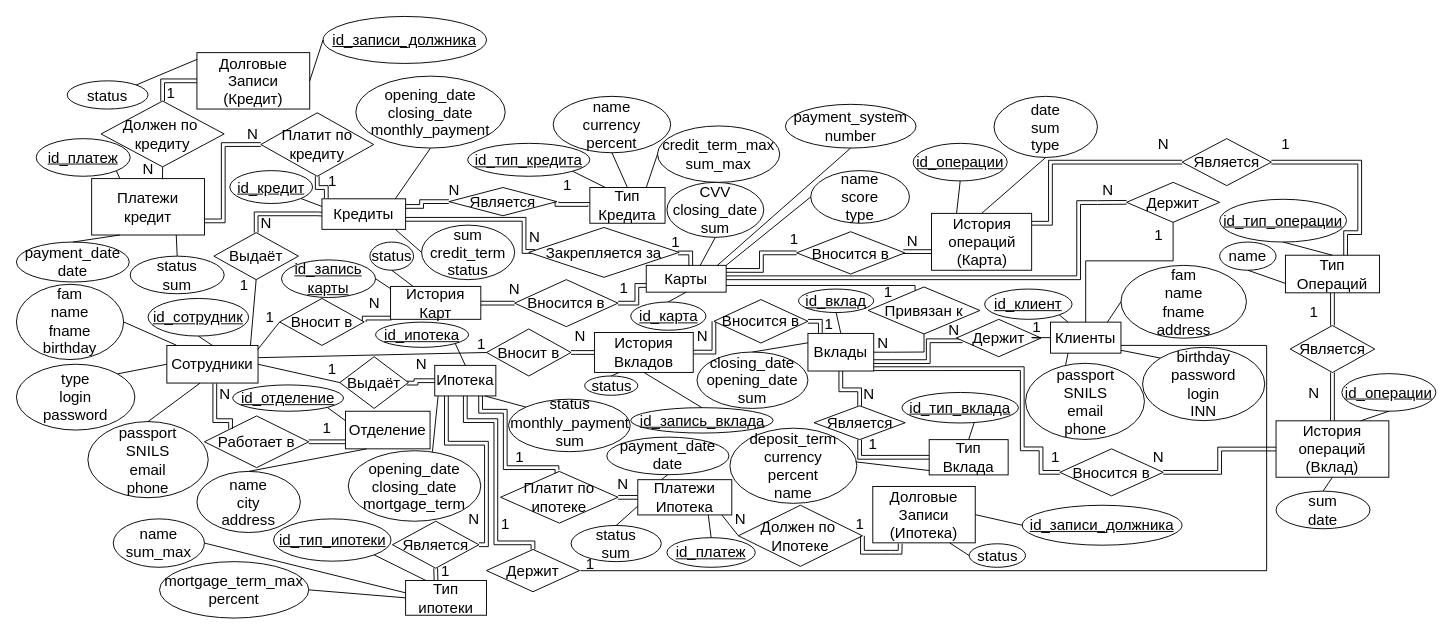
The draw.io diagram Копия концептуальной с удалением внешних коючей.drawio in tssergeev/lflflflf, before the edit. Source tidied: cells renumbered, new cells numbered last; positions are measured from the earlier drawing's top-left corner, leaving out a move shared by most shapes. Both pictures are drawn from the tidied source at 94%, with x=0, y=0 at pixel (16, 16).
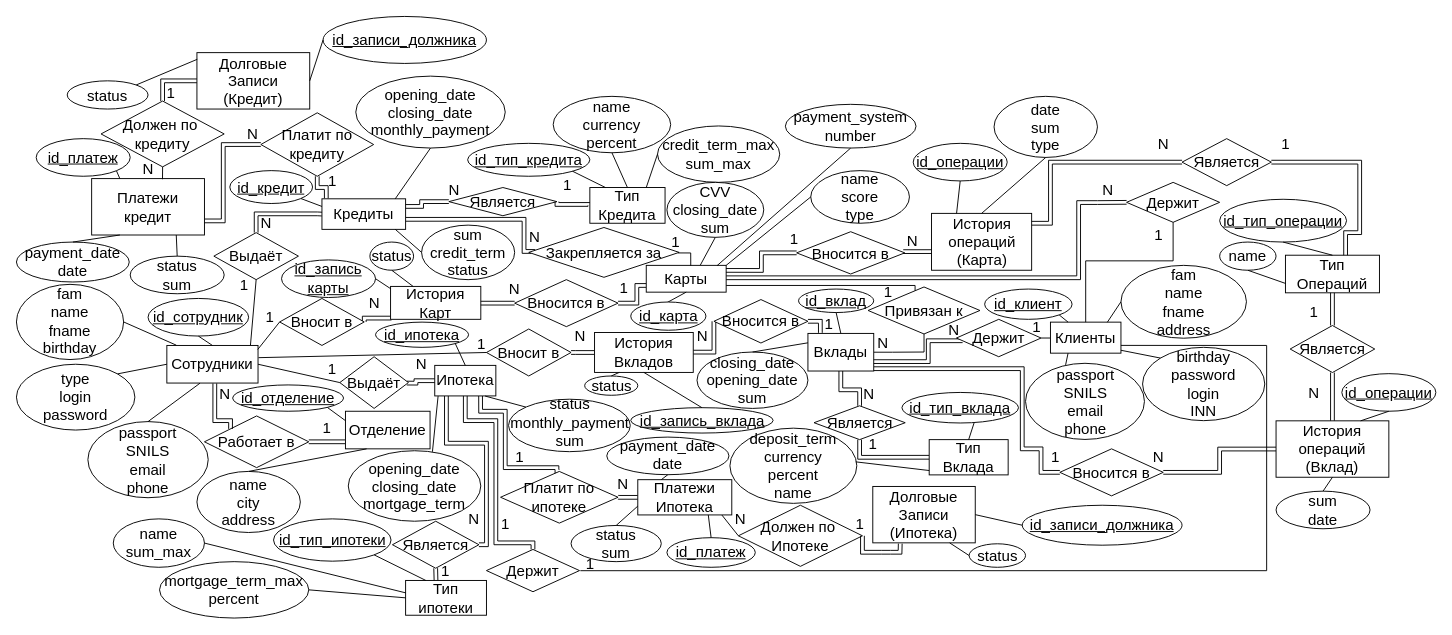
After the change.

Unchanged cells that the change refers to:
```xml
<mxCell id="117" value="Закрепляется за" style="rhombus;whiteSpace=wrap;html=1;fontSize=16;" parent="1" vertex="1">
  <mxGeometry x="545" y="224.5" width="160" height="53" as="geometry" />
</mxCell>
<mxCell id="118" value="Карты" style="rounded=0;whiteSpace=wrap;html=1;fontSize=16;" parent="1" vertex="1">
  <mxGeometry x="670" y="264.8" width="85" height="28.5" as="geometry" />
</mxCell>
<mxCell id="142" value="Держит" style="rhombus;whiteSpace=wrap;html=1;fontSize=16;" parent="1" vertex="1">
  <mxGeometry x="1000" y="322.2" width="90" height="39.8" as="geometry" />
</mxCell>
<mxCell id="145" value="Клиенты" style="rounded=0;whiteSpace=wrap;html=1;fontSize=16;" parent="1" vertex="1">
  <mxGeometry x="1100" y="325.2" width="75" height="33" as="geometry" />
</mxCell>
```

Diff of the diagram source:
```diff
@@
-    <mxCell id="121" style="edgeStyle=orthogonalEdgeStyle;rounded=0;jettySize=auto;html=1;entryX=0.557;entryY=0.012;entryDx=0;entryDy=0;exitX=0.993;exitY=0.511;exitDx=0;exitDy=0;shape=link;entryPerimeter=0;fontSize=16;exitPerimeter=0;" parent="1" edge="1" source="117" target="118">
+    <mxCell id="121" style="edgeStyle=orthogonalEdgeStyle;rounded=0;jettySize=auto;html=1;entryX=0.557;entryY=0.012;entryDx=0;entryDy=0;exitX=0.993;exitY=0.511;exitDx=0;exitDy=0;entryPerimeter=0;fontSize=16;exitPerimeter=0;endArrow=none;endFill=0;" parent="1" edge="1" source="117" target="118">
       <mxGeometry relative="1" as="geometry">
         <Array as="points">
           <mxPoint x="717" y="252" />
         </Array>
       </mxGeometry>
     </mxCell>
@@
     <mxCell id="144" style="edgeStyle=orthogonalEdgeStyle;rounded=0;jettySize=auto;html=1;entryX=1;entryY=0.5;entryDx=0;entryDy=0;endArrow=none;endFill=0;fontSize=16;" parent="1" edge="1" source="145" target="142">
-      <mxGeometry relative="1" as="geometry" />
+      <mxGeometry relative="1" as="geometry">
+        <Array as="points">
+          <mxPoint x="1090" y="342" />
+        </Array>
+      </mxGeometry>
     </mxCell>
```
